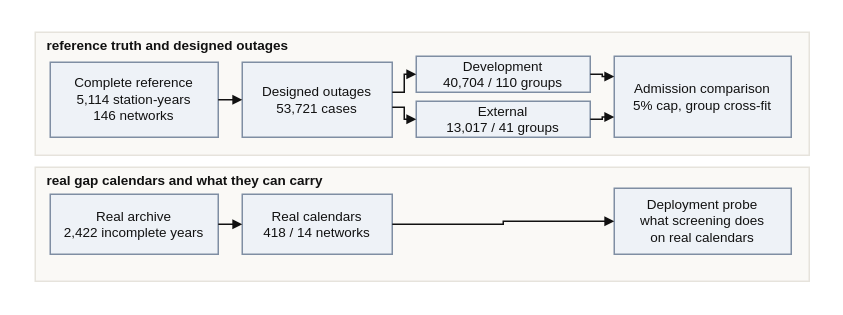
This is figures/wrr/drawio/s1_study_design.drawio from shutiao23/stream-recoverability, a draw.io file, before an edit. Source tidied: cells renumbered, new cells numbered last; positions are measured from the earlier drawing's top-left corner, leaving out a move shared by most shapes. Both pictures are drawn from the tidied source at 150%, with x=0, y=0 at pixel (26, 26).
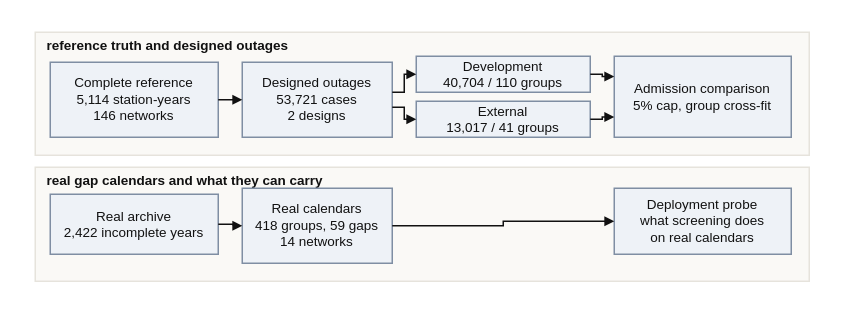
Above is the later version.

Change to the diagram source:
```diff
@@
-    <mxCell id="8" value="Designed outages&#10;53,721 cases" style="rounded=0;whiteSpace=wrap;html=1;fillColor=#eef2f7;strokeColor=#7f8ea3;strokeWidth=1;fontFamily=Helvetica;fontSize=9;fontStyle=0;fontColor=#111111;verticalAlign=middle;align=center;spacing=4;" parent="1" vertex="1">
+    <mxCell id="8" value="Designed outages&#10;53,721 cases&#10;2 designs" style="rounded=0;whiteSpace=wrap;html=1;fillColor=#eef2f7;strokeColor=#7f8ea3;strokeWidth=1;fontFamily=Helvetica;fontSize=9;fontStyle=0;fontColor=#111111;verticalAlign=middle;align=center;spacing=4;" parent="1" vertex="1">
       <mxGeometry x="144" y="24" width="100" height="50" as="geometry" />
     </mxCell>
@@
-    <mxCell id="13" value="Real calendars&#10;418 / 14 networks" style="rounded=0;whiteSpace=wrap;html=1;fillColor=#eef2f7;strokeColor=#7f8ea3;strokeWidth=1;fontFamily=Helvetica;fontSize=9;fontStyle=0;fontColor=#111111;verticalAlign=middle;align=center;spacing=4;" parent="1" vertex="1">
-      <mxGeometry x="144" y="112" width="100" height="40" as="geometry" />
+    <mxCell id="13" value="Real calendars&#10;418 groups, 59 gaps&#10;14 networks" style="rounded=0;whiteSpace=wrap;html=1;fillColor=#eef2f7;strokeColor=#7f8ea3;strokeWidth=1;fontFamily=Helvetica;fontSize=9;fontStyle=0;fontColor=#111111;verticalAlign=middle;align=center;spacing=4;" parent="1" vertex="1">
+      <mxGeometry x="144" y="108" width="100" height="50" as="geometry" />
     </mxCell>
```
